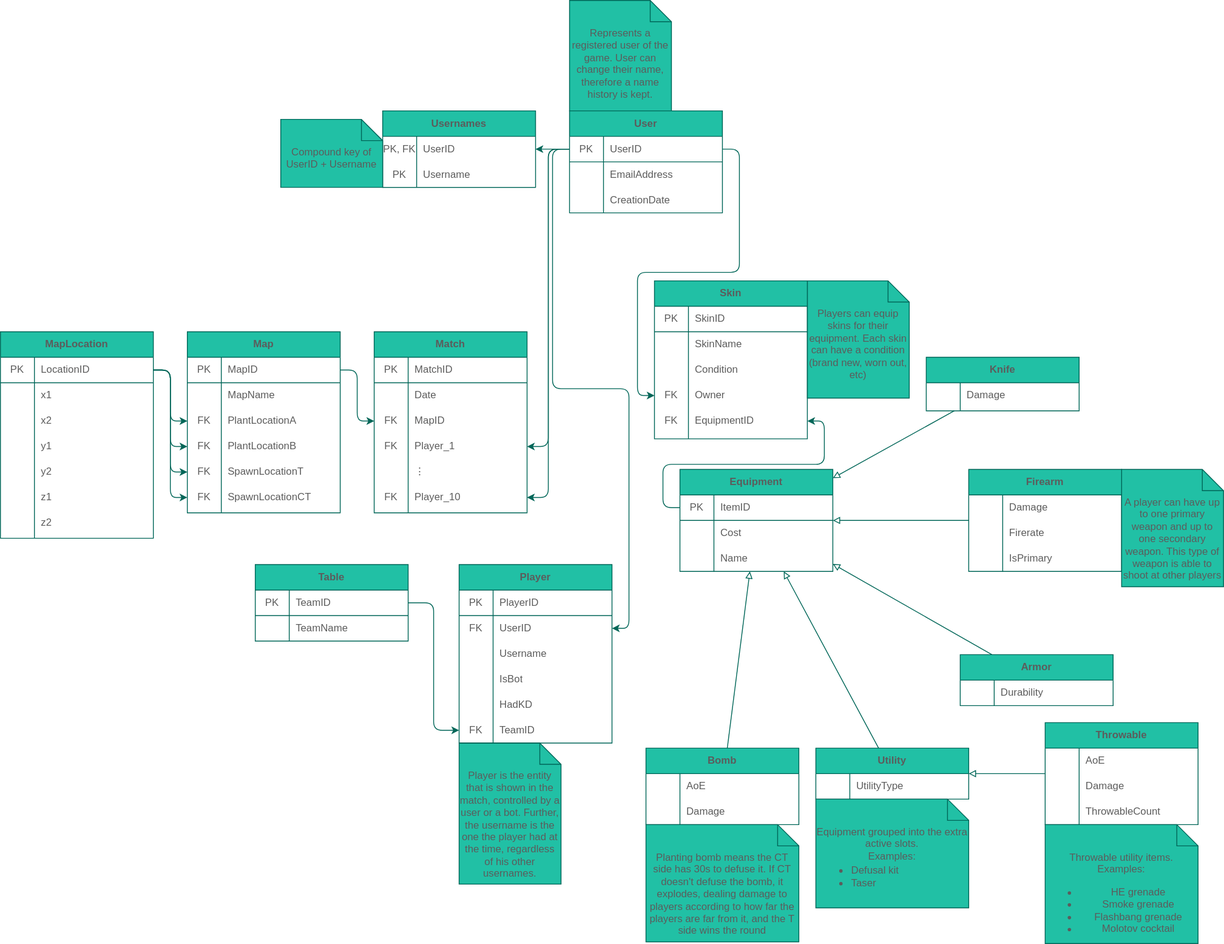
Above: NPRG-036-HW4-T1G4/model/relational.svg in positiv2/4 (draw.io), before the change. Source tidied: cells renumbered, new cells last; positions are measured from the earlier drawing's top-left corner, leaving out a move shared by most shapes.
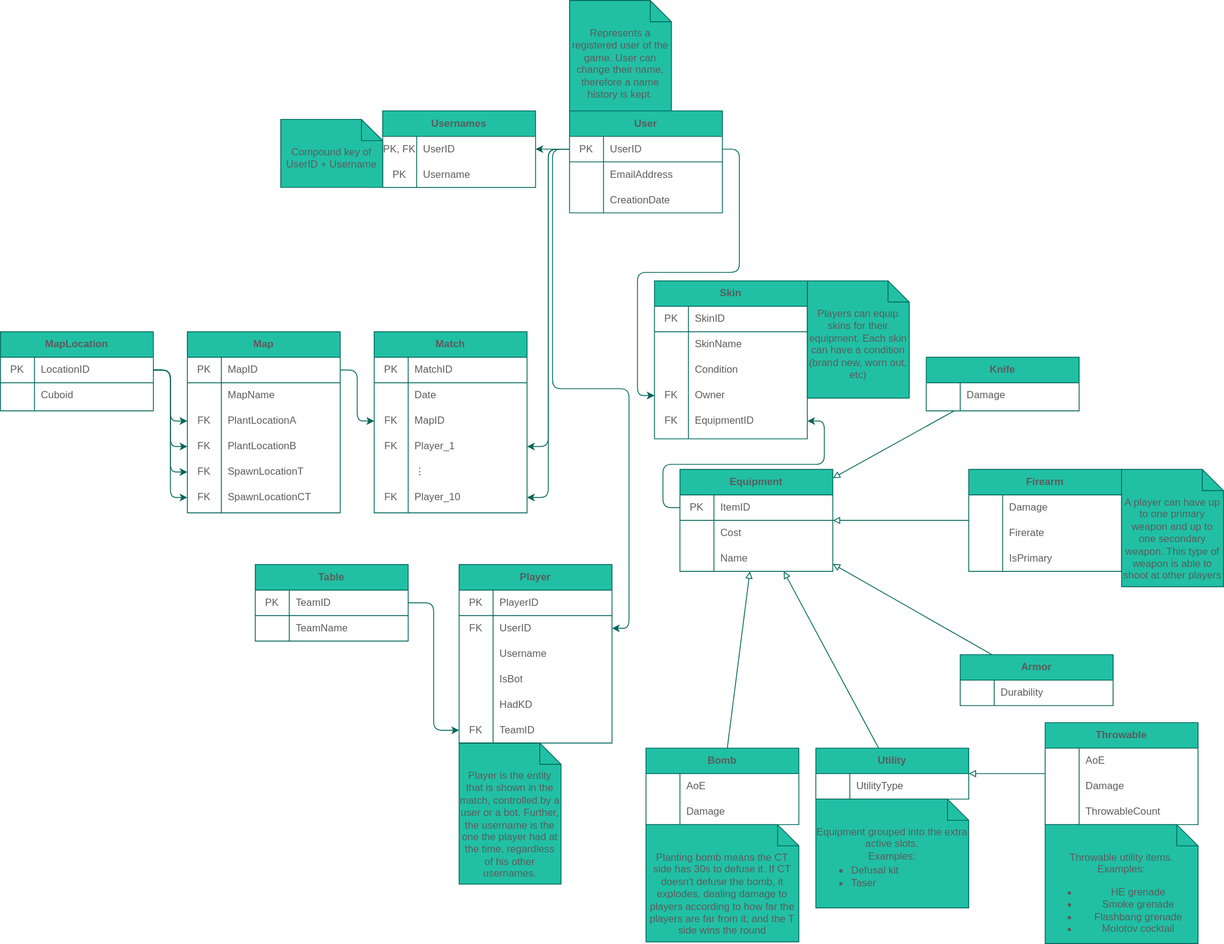
The same file after the commit.

Diff of the diagram source:
```diff
@@ -219,7 +219,7 @@
       <mxGeometry x="40" width="140" height="30" as="geometry" />
     </mxCell>
     <mxCell id="74" value="MapLocation" style="shape=table;html=1;whiteSpace=wrap;startSize=30;rowLines=0;fontStyle=1;align=center;fillColor=#21C0A5;strokeColor=#006658;fontColor=#5C5C5C;" parent="1" vertex="1">
-      <mxGeometry y="390" width="180" height="243" as="geometry" />
+      <mxGeometry y="390" width="180" height="93" as="geometry" />
     </mxCell>
     <mxCell id="75" style="shape=partialRectangle;html=1;whiteSpace=wrap;fillColor=none;top=0;left=0;bottom=1;right=0;points=[[0,0.5],[1,0.5]];portConstraint=eastwest;strokeColor=#006658;fontColor=#5C5C5C;" parent="74" vertex="1">
       <mxGeometry y="30" width="180" height="30" as="geometry" />
@@ -236,54 +236,9 @@
     <mxCell id="79" style="shape=partialRectangle;html=1;whiteSpace=wrap;fillColor=none;top=0;left=0;bottom=0;right=0;overflow=hidden;strokeColor=#006658;fontColor=#5C5C5C;" parent="78" vertex="1">
       <mxGeometry width="40" height="30" as="geometry" />
     </mxCell>
-    <mxCell id="80" value="x1" style="shape=partialRectangle;html=1;whiteSpace=wrap;fillColor=none;top=0;left=0;bottom=0;right=0;align=left;spacingLeft=6;overflow=hidden;strokeColor=#006658;fontColor=#5C5C5C;" parent="78" vertex="1">
+    <mxCell id="80" value="Cuboid" style="shape=partialRectangle;html=1;whiteSpace=wrap;fillColor=none;top=0;left=0;bottom=0;right=0;align=left;spacingLeft=6;overflow=hidden;strokeColor=#006658;fontColor=#5C5C5C;" parent="78" vertex="1">
       <mxGeometry x="40" width="140" height="30" as="geometry" />
     </mxCell>
-    <mxCell id="81" style="shape=partialRectangle;html=1;whiteSpace=wrap;fillColor=none;top=0;left=0;bottom=0;right=0;strokeColor=#006658;fontColor=#5C5C5C;" parent="74" vertex="1">
-      <mxGeometry y="90" width="180" height="30" as="geometry" />
-    </mxCell>
-    <mxCell id="82" style="shape=partialRectangle;html=1;whiteSpace=wrap;fillColor=none;top=0;left=0;bottom=0;right=0;overflow=hidden;strokeColor=#006658;fontColor=#5C5C5C;" parent="81" vertex="1">
-      <mxGeometry width="40" height="30" as="geometry" />
-    </mxCell>
-    <mxCell id="83" value="x2" style="shape=partialRectangle;html=1;whiteSpace=wrap;fillColor=none;top=0;left=0;bottom=0;right=0;align=left;spacingLeft=6;overflow=hidden;strokeColor=#006658;fontColor=#5C5C5C;" parent="81" vertex="1">
-      <mxGeometry x="40" width="140" height="30" as="geometry" />
-    </mxCell>
-    <mxCell id="84" style="shape=partialRectangle;html=1;whiteSpace=wrap;fillColor=none;top=0;left=0;bottom=0;right=0;strokeColor=#006658;fontColor=#5C5C5C;" parent="74" vertex="1">
-      <mxGeometry y="120" width="180" height="30" as="geometry" />
-    </mxCell>
-    <mxCell id="85" style="shape=partialRectangle;html=1;whiteSpace=wrap;fillColor=none;top=0;left=0;bottom=0;right=0;overflow=hidden;strokeColor=#006658;fontColor=#5C5C5C;" parent="84" vertex="1">
-      <mxGeometry width="40" height="30" as="geometry" />
-    </mxCell>
-    <mxCell id="86" value="y1" style="shape=partialRectangle;html=1;whiteSpace=wrap;fillColor=none;top=0;left=0;bottom=0;right=0;align=left;spacingLeft=6;overflow=hidden;strokeColor=#006658;fontColor=#5C5C5C;" parent="84" vertex="1">
-      <mxGeometry x="40" width="140" height="30" as="geometry" />
-    </mxCell>
-    <mxCell id="87" style="shape=partialRectangle;html=1;whiteSpace=wrap;fillColor=none;top=0;left=0;bottom=0;right=0;strokeColor=#006658;fontColor=#5C5C5C;" parent="74" vertex="1">
-      <mxGeometry y="150" width="180" height="30" as="geometry" />
-    </mxCell>
-    <mxCell id="88" style="shape=partialRectangle;html=1;whiteSpace=wrap;fillColor=none;top=0;left=0;bottom=0;right=0;overflow=hidden;strokeColor=#006658;fontColor=#5C5C5C;" parent="87" vertex="1">
-      <mxGeometry width="40" height="30" as="geometry" />
-    </mxCell>
-    <mxCell id="89" value="y2" style="shape=partialRectangle;html=1;whiteSpace=wrap;fillColor=none;top=0;left=0;bottom=0;right=0;align=left;spacingLeft=6;overflow=hidden;strokeColor=#006658;fontColor=#5C5C5C;" parent="87" vertex="1">
-      <mxGeometry x="40" width="140" height="30" as="geometry" />
-    </mxCell>
-    <mxCell id="90" style="shape=partialRectangle;html=1;whiteSpace=wrap;fillColor=none;top=0;left=0;bottom=0;right=0;strokeColor=#006658;fontColor=#5C5C5C;" parent="74" vertex="1">
-      <mxGeometry y="180" width="180" height="30" as="geometry" />
-    </mxCell>
-    <mxCell id="91" style="shape=partialRectangle;html=1;whiteSpace=wrap;fillColor=none;top=0;left=0;bottom=0;right=0;overflow=hidden;strokeColor=#006658;fontColor=#5C5C5C;" parent="90" vertex="1">
-      <mxGeometry width="40" height="30" as="geometry" />
-    </mxCell>
-    <mxCell id="92" value="z1" style="shape=partialRectangle;html=1;whiteSpace=wrap;fillColor=none;top=0;left=0;bottom=0;right=0;align=left;spacingLeft=6;overflow=hidden;strokeColor=#006658;fontColor=#5C5C5C;" parent="90" vertex="1">
-      <mxGeometry x="40" width="140" height="30" as="geometry" />
-    </mxCell>
-    <mxCell id="93" style="shape=partialRectangle;html=1;whiteSpace=wrap;fillColor=none;top=0;left=0;bottom=0;right=0;strokeColor=#006658;fontColor=#5C5C5C;" parent="74" vertex="1">
-      <mxGeometry y="210" width="180" height="30" as="geometry" />
-    </mxCell>
-    <mxCell id="94" style="shape=partialRectangle;html=1;whiteSpace=wrap;fillColor=none;top=0;left=0;bottom=0;right=0;overflow=hidden;strokeColor=#006658;fontColor=#5C5C5C;" parent="93" vertex="1">
-      <mxGeometry width="40" height="30" as="geometry" />
-    </mxCell>
-    <mxCell id="95" value="z2" style="shape=partialRectangle;html=1;whiteSpace=wrap;fillColor=none;top=0;left=0;bottom=0;right=0;align=left;spacingLeft=6;overflow=hidden;strokeColor=#006658;fontColor=#5C5C5C;" parent="93" vertex="1">
-      <mxGeometry x="40" width="140" height="30" as="geometry" />
-    </mxCell>
     <mxCell id="96" style="edgeStyle=orthogonalEdgeStyle;rounded=1;jettySize=auto;html=1;strokeColor=#006658;fontColor=#5C5C5C;" parent="1" edge="1" source="75" target="62">
       <mxGeometry relative="1" as="geometry" />
     </mxCell>
```
